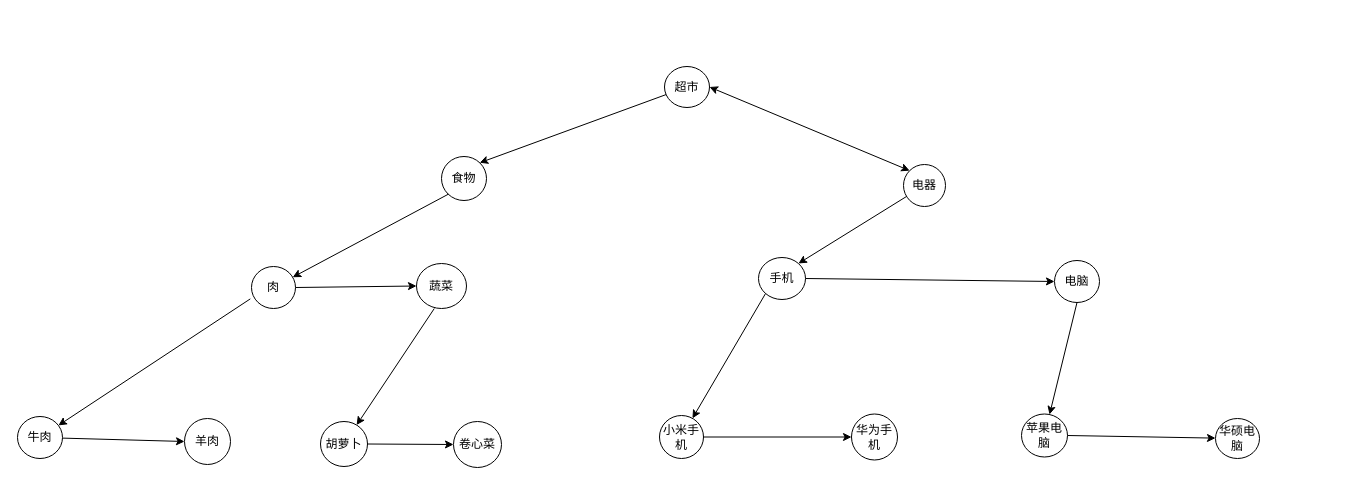
This is 数据结构超市.drawio from interca/drawPhoto, a draw.io file, before an edit. Source tidied: cells renumbered, new cells numbered last; positions are measured from the earlier drawing's top-left corner, leaving out a move shared by most shapes. Both pictures are drawn from the tidied source at 100%, with x=0, y=0 at pixel (17, 66).
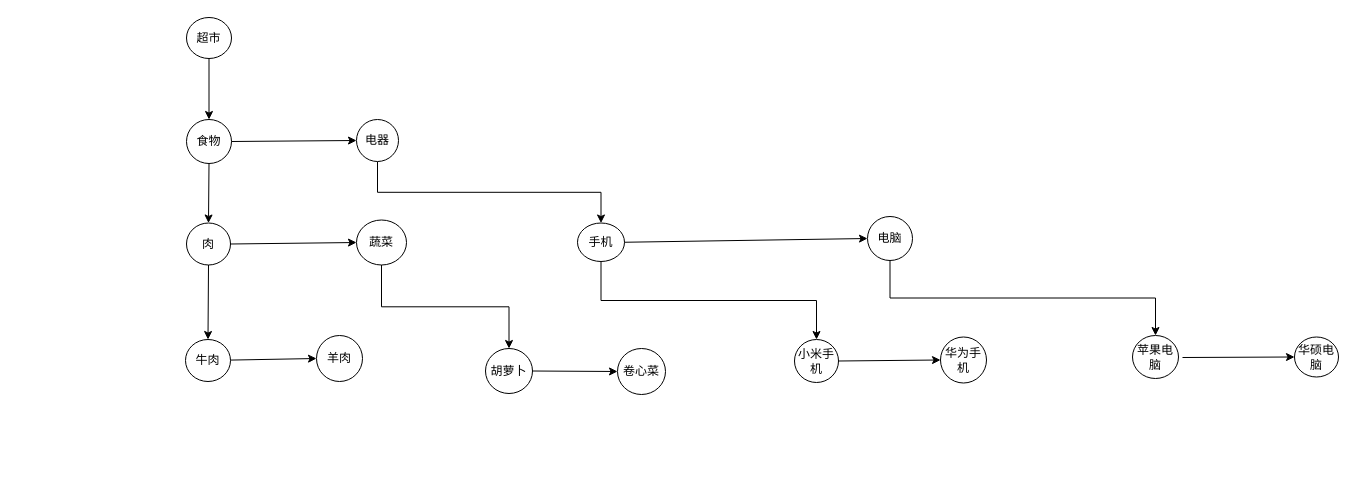
The same diagram, later.

Commit message:
更新数据结构超市2.drawio

Diff of the diagram source:
```diff
@@
+    <mxCell id="30" style="edgeStyle=orthogonalEdgeStyle;rounded=0;jettySize=auto;html=1;exitX=0.5;exitY=1;exitDx=0;exitDy=0;entryX=0.5;entryY=0;entryDx=0;entryDy=0;" parent="1" edge="1" source="2" target="8">
+      <mxGeometry relative="1" as="geometry" />
+    </mxCell>
     <mxCell id="2" value="电器" style="ellipse;whiteSpace=wrap;html=1;" parent="1" vertex="1">
-      <mxGeometry x="886" y="98" width="42" height="42" as="geometry" />
+      <mxGeometry x="339" y="53" width="42" height="42" as="geometry" />
     </mxCell>
     <mxCell id="3" value="食物" style="ellipse;whiteSpace=wrap;html=1;" parent="1" vertex="1">
-      <mxGeometry x="424" y="90" width="45" height="44" as="geometry" />
+      <mxGeometry x="169" y="53" width="45" height="44" as="geometry" />
     </mxCell>
     <mxCell id="4" value="肉" style="ellipse;whiteSpace=wrap;html=1;" parent="1" vertex="1">
-      <mxGeometry x="234" y="200" width="44" height="42" as="geometry" />
+      <mxGeometry x="169" y="156.5" width="44" height="42" as="geometry" />
     </mxCell>
+    <mxCell id="23" style="edgeStyle=orthogonalEdgeStyle;rounded=0;jettySize=auto;html=1;exitX=0.5;exitY=1;exitDx=0;exitDy=0;" parent="1" edge="1" source="5" target="7">
+      <mxGeometry relative="1" as="geometry" />
+    </mxCell>
     <mxCell id="5" value="电脑" style="ellipse;whiteSpace=wrap;html=1;" parent="1" vertex="1">
-      <mxGeometry x="1037" y="194" width="45" height="42" as="geometry" />
+      <mxGeometry x="850" y="150" width="45" height="44" as="geometry" />
     </mxCell>
+    <mxCell id="28" style="edgeStyle=orthogonalEdgeStyle;rounded=0;jettySize=auto;html=1;exitX=0.5;exitY=1;exitDx=0;exitDy=0;entryX=0.5;entryY=0;entryDx=0;entryDy=0;" parent="1" edge="1" source="6" target="13">
+      <mxGeometry relative="1" as="geometry" />
+    </mxCell>
     <mxCell id="6" value="蔬菜" style="ellipse;whiteSpace=wrap;html=1;" parent="1" vertex="1">
-      <mxGeometry x="399" y="197" width="50" height="45" as="geometry" />
+      <mxGeometry x="339" y="153.5" width="50" height="45" as="geometry" />
     </mxCell>
     <mxCell id="7" value="苹果电脑" style="ellipse;whiteSpace=wrap;html=1;" parent="1" vertex="1">
-      <mxGeometry x="1004" y="347.5" width="46" height="43" as="geometry" />
+      <mxGeometry x="1115" y="269" width="46" height="43" as="geometry" />
     </mxCell>
+    <mxCell id="29" style="edgeStyle=orthogonalEdgeStyle;rounded=0;jettySize=auto;html=1;exitX=0.5;exitY=1;exitDx=0;exitDy=0;" parent="1" edge="1" source="8" target="11">
+      <mxGeometry relative="1" as="geometry" />
+    </mxCell>
     <mxCell id="8" value="手机" style="ellipse;whiteSpace=wrap;html=1;" parent="1" vertex="1">
-      <mxGeometry x="741" y="191" width="47" height="42" as="geometry" />
+      <mxGeometry x="560" y="156.5" width="47" height="38.5" as="geometry" />
     </mxCell>
     <mxCell id="9" value="牛肉" style="ellipse;whiteSpace=wrap;html=1;" parent="1" vertex="1">
-      <mxGeometry y="350" width="45" height="42" as="geometry" />
+      <mxGeometry x="168" y="273" width="45" height="42" as="geometry" />
     </mxCell>
     <mxCell id="10" value="羊肉" style="ellipse;whiteSpace=wrap;html=1;" parent="1" vertex="1">
-      <mxGeometry x="167" y="352" width="46" height="46" as="geometry" />
+      <mxGeometry x="299" y="269" width="46" height="46" as="geometry" />
     </mxCell>
     <mxCell id="11" value="小米手机" style="ellipse;whiteSpace=wrap;html=1;" parent="1" vertex="1">
-      <mxGeometry x="642" y="349" width="44" height="43" as="geometry" />
+      <mxGeometry x="777" y="273" width="44" height="43" as="geometry" />
     </mxCell>
     <mxCell id="12" value="华硕电脑" style="ellipse;whiteSpace=wrap;html=1;" parent="1" vertex="1">
-      <mxGeometry x="1198" y="352" width="44" height="40" as="geometry" />
+      <mxGeometry x="1277" y="270.5" width="44" height="40" as="geometry" />
     </mxCell>
     <mxCell id="13" value="胡萝卜" style="ellipse;whiteSpace=wrap;html=1;" parent="1" vertex="1">
-      <mxGeometry x="303" y="355" width="47" height="45" as="geometry" />
+      <mxGeometry x="468" y="282" width="47" height="45" as="geometry" />
     </mxCell>
     <mxCell id="14" value="卷心菜" style="ellipse;whiteSpace=wrap;html=1;" parent="1" vertex="1">
-      <mxGeometry x="436" y="355" width="48" height="46" as="geometry" />
+      <mxGeometry x="600" y="282" width="48" height="46" as="geometry" />
     </mxCell>
     <mxCell id="15" value="超市" style="ellipse;whiteSpace=wrap;html=1;direction=west;" parent="1" vertex="1">
-      <mxGeometry x="647" width="45" height="41" as="geometry" />
+      <mxGeometry x="169" y="-49" width="45" height="41" as="geometry" />
     </mxCell>
     <mxCell id="16" value="华为手机" style="ellipse;whiteSpace=wrap;html=1;" parent="1" vertex="1">
-      <mxGeometry x="834" y="347.5" width="46" height="46" as="geometry" />
+      <mxGeometry x="923" y="270.5" width="46" height="46" as="geometry" />
     </mxCell>
@@
-    <mxCell id="18" style="endArrow=classic;html=1;rounded=0;exitX=1;exitY=0.5;exitDx=0;exitDy=0;entryX=0;entryY=0.5;entryDx=0;entryDy=0;" parent="1" edge="1" source="13" target="14">
-      <mxGeometry relative="1" as="geometry" />
-    </mxCell>
@@
-    <mxCell id="20" style="endArrow=classic;startArrow=classic;html=1;rounded=0;entryX=0;entryY=0.5;entryDx=0;entryDy=0;exitX=0;exitY=0;exitDx=0;exitDy=0;" parent="1" edge="1" source="2" target="15">
-      <mxGeometry relative="1" as="geometry" />
-    </mxCell>
-    <mxCell id="21" style="endArrow=classic;html=1;rounded=0;entryX=0;entryY=0.5;entryDx=0;entryDy=0;exitX=1;exitY=0.5;exitDx=0;exitDy=0;" parent="1" edge="1" source="8" target="5">
-      <mxGeometry relative="1" as="geometry" />
-    </mxCell>
-    <mxCell id="22" style="endArrow=classic;html=1;rounded=0;exitX=1;exitY=0.5;exitDx=0;exitDy=0;" parent="1" edge="1" source="11" target="16">
-      <mxGeometry relative="1" as="geometry" />
-    </mxCell>
-    <mxCell id="23" style="endArrow=classic;html=1;rounded=0;exitX=0.5;exitY=1;exitDx=0;exitDy=0;" parent="1" edge="1" source="5" target="7">
-      <mxGeometry relative="1" as="geometry" />
-    </mxCell>
-    <mxCell id="24" style="endArrow=classic;html=1;rounded=0;exitX=1;exitY=0.5;exitDx=0;exitDy=0;" parent="1" edge="1" source="7" target="12">
-      <mxGeometry relative="1" as="geometry" />
-    </mxCell>
-    <mxCell id="25" style="endArrow=classic;html=1;rounded=0;entryX=1;entryY=0;entryDx=0;entryDy=0;" parent="1" edge="1" source="15" target="3">
+    <mxCell id="25" style="endArrow=classic;html=1;rounded=0;entryX=0.5;entryY=0;entryDx=0;entryDy=0;" parent="1" edge="1" source="15" target="3">
       <mxGeometry relative="1" as="geometry" />
     </mxCell>
-    <mxCell id="26" style="endArrow=classic;html=1;rounded=0;exitX=0;exitY=1;exitDx=0;exitDy=0;" parent="1" edge="1" source="3" target="4">
+    <mxCell id="26" style="endArrow=classic;html=1;rounded=0;exitX=0.5;exitY=1;exitDx=0;exitDy=0;" parent="1" edge="1" source="3" target="4">
       <mxGeometry relative="1" as="geometry" />
     </mxCell>
-    <mxCell id="27" style="endArrow=classic;html=1;rounded=0;exitX=-0.027;exitY=0.771;exitDx=0;exitDy=0;exitPerimeter=0;" parent="1" edge="1" source="4" target="9">
+    <mxCell id="27" style="endArrow=classic;html=1;rounded=0;exitX=0.5;exitY=1;exitDx=0;exitDy=0;" parent="1" edge="1" source="4" target="9">
       <mxGeometry relative="1" as="geometry" />
     </mxCell>
-    <mxCell id="28" style="endArrow=classic;html=1;rounded=0;exitX=0.356;exitY=1;exitDx=0;exitDy=0;exitPerimeter=0;" parent="1" edge="1" source="6" target="13">
-      <mxGeometry relative="1" as="geometry" />
-    </mxCell>
-    <mxCell id="29" style="endArrow=classic;html=1;rounded=0;exitX=0;exitY=1;exitDx=0;exitDy=0;" parent="1" edge="1" source="8" target="11">
-      <mxGeometry relative="1" as="geometry" />
-    </mxCell>
-    <mxCell id="30" style="endArrow=classic;html=1;rounded=0;entryX=1;entryY=0;entryDx=0;entryDy=0;" parent="1" edge="1" source="2" target="8">
-      <mxGeometry relative="1" as="geometry" />
-    </mxCell>
+    <mxCell id="31" style="endArrow=classic;html=1;rounded=0;exitX=1;exitY=0.5;exitDx=0;exitDy=0;entryX=0;entryY=0.5;entryDx=0;entryDy=0;" parent="1" edge="1" source="3" target="2">
+      <mxGeometry relative="1" as="geometry" />
+    </mxCell>
+    <mxCell id="21" style="endArrow=classic;html=1;rounded=0;exitX=1;exitY=0.5;exitDx=0;exitDy=0;entryX=0;entryY=0.5;entryDx=0;entryDy=0;" parent="1" edge="1" source="8" target="5">
+      <mxGeometry relative="1" as="geometry" />
+    </mxCell>
+    <mxCell id="18" style="endArrow=classic;html=1;rounded=0;exitX=1;exitY=0.5;exitDx=0;exitDy=0;" parent="1" edge="1" source="13" target="14">
+      <mxGeometry relative="1" as="geometry" />
+    </mxCell>
+    <mxCell id="22" style="endArrow=classic;html=1;rounded=0;exitX=1;exitY=0.5;exitDx=0;exitDy=0;entryX=0;entryY=0.5;entryDx=0;entryDy=0;" parent="1" edge="1" source="11" target="16">
+      <mxGeometry relative="1" as="geometry" />
+    </mxCell>
+    <mxCell id="32" style="endArrow=classic;html=1;rounded=0;entryX=0;entryY=0.5;entryDx=0;entryDy=0;" parent="1" edge="1" target="12">
+      <mxGeometry relative="1" as="geometry">
+        <mxPoint x="1165" y="291" as="sourcePoint" />
+      </mxGeometry>
+    </mxCell>
```
